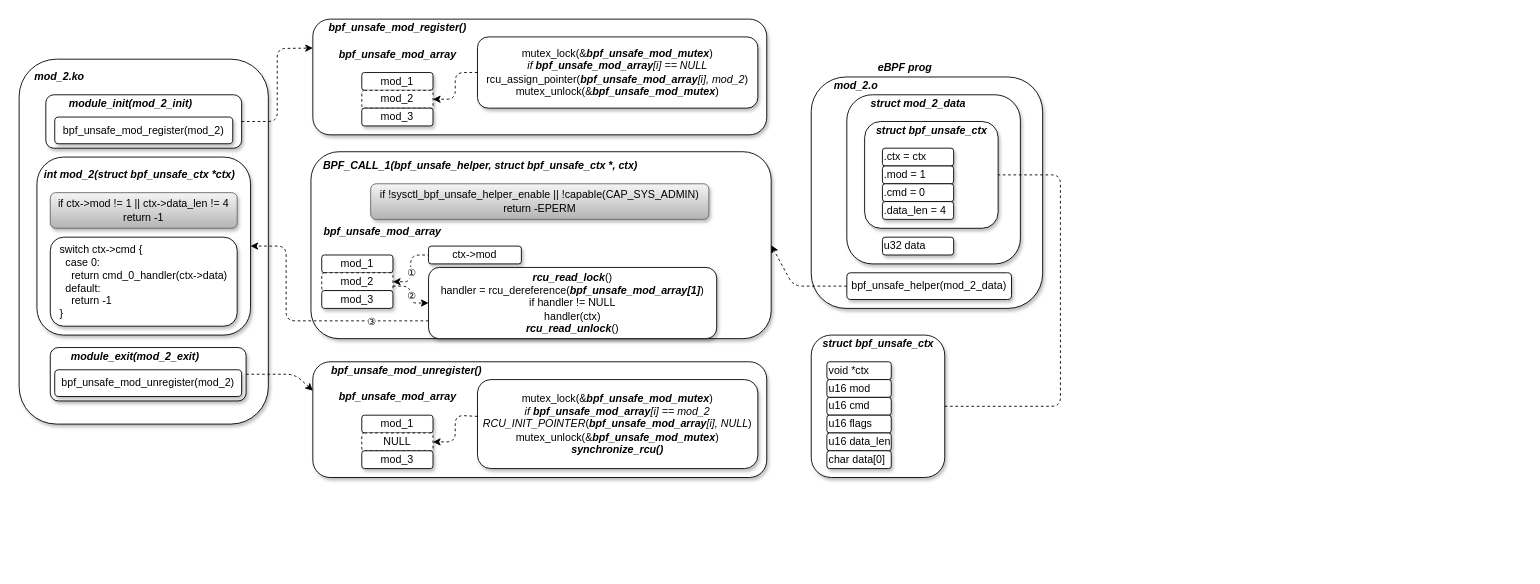
The draw.io diagram bpf_helper_sec.drawio in AirbornWdd/doc, before the edit. Source tidied: cells renumbered, new cells numbered last; positions are measured from the earlier drawing's top-left corner, leaving out a move shared by most shapes. Both pictures are drawn from the tidied source at 89%, with x=0, y=0 at pixel (19, 19).
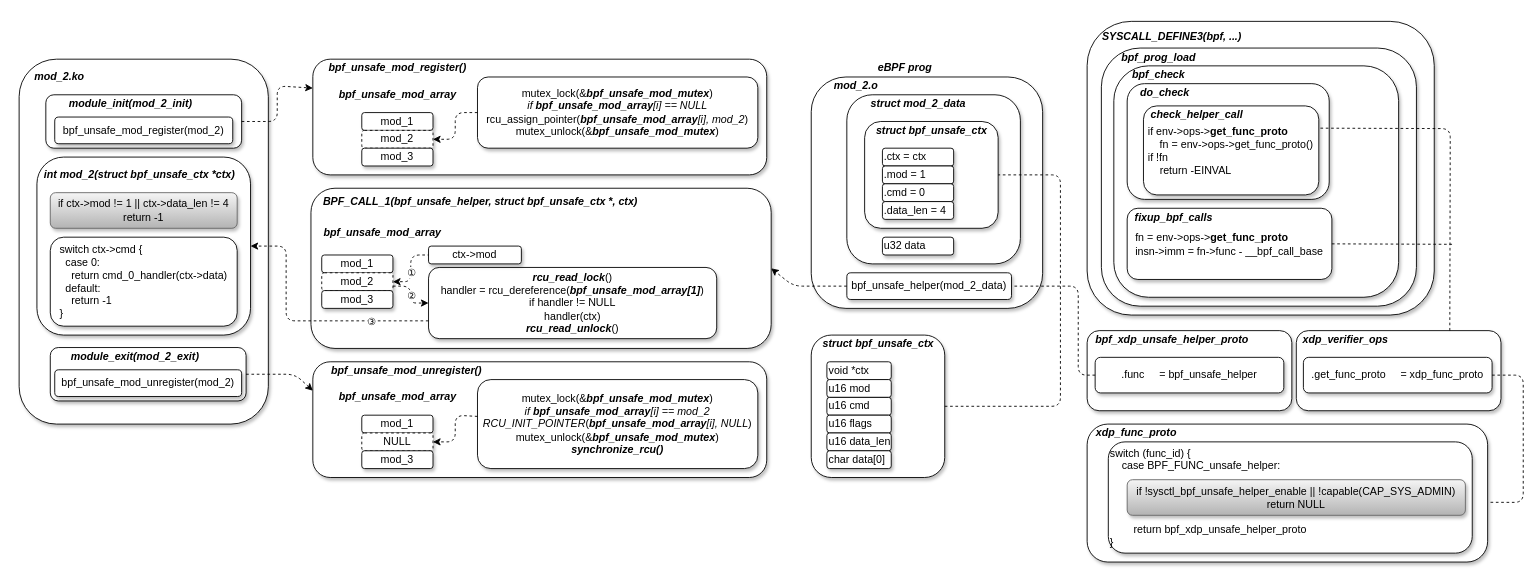
The same page after the edit.

Unchanged cells that the change refers to:
```xml
<mxCell id="33" value="&lt;span&gt;bpf_unsafe_helper(mod_2_data)&lt;/span&gt;" style="rounded=1;whiteSpace=wrap;html=1;shadow=1;" parent="1" vertex="1">
  <mxGeometry x="930" y="285" width="185" height="30" as="geometry" />
</mxCell>
<mxCell id="57" style="rounded=1;whiteSpace=wrap;html=1;shadow=1;" parent="1" vertex="1">
  <mxGeometry x="30" y="85" width="220" height="60" as="geometry" />
</mxCell>
```

Change to the diagram source:
```diff
@@
+    <mxCell id="73" style="rounded=1;whiteSpace=wrap;html=1;shadow=1;" parent="1" vertex="1">
+      <mxGeometry x="1200" y="2.5" width="390" height="330" as="geometry" />
+    </mxCell>
     <mxCell id="2" style="group;" parent="1" vertex="1">
-      <mxGeometry x="525" y="189" width="320" height="170" as="geometry" />
+      <mxGeometry x="525" y="190" width="320" height="180" as="geometry" />
     </mxCell>
     <mxCell id="3" style="rounded=1;whiteSpace=wrap;html=1;shadow=1;" parent="2" vertex="1">
-      <mxGeometry x="-197.1" y="-40" width="517.1" height="210" as="geometry" />
+      <mxGeometry x="-197.1" width="517.1" height="180" as="geometry" />
     </mxCell>
@@
+    <mxCell id="74" value="&lt;b&gt;&lt;i&gt;SYSCALL_DEFINE3(bpf, ...)&lt;/i&gt;&lt;/b&gt;" style="text;html=1;align=center;verticalAlign=middle;" parent="2" vertex="1">
+      <mxGeometry x="685" y="-180.5" width="170" height="20" as="geometry" />
+    </mxCell>
+    <mxCell id="72" value="&lt;b&gt;&lt;i&gt;BPF_CALL_1(bpf_unsafe_helper, &lt;/i&gt;&lt;/b&gt;&lt;b&gt;&lt;i&gt;struct bpf_unsafe_ctx *&lt;/i&gt;&lt;/b&gt;&lt;b&gt;&lt;i&gt;, ctx)&lt;/i&gt;&lt;/b&gt;" style="text;html=1;align=center;verticalAlign=middle;" parent="2" vertex="1">
+      <mxGeometry x="-192.1" y="5" width="370" height="20" as="geometry" />
+    </mxCell>
@@
     <mxCell id="12" style="rounded=1;whiteSpace=wrap;html=1;shadow=1;" parent="1" vertex="1">
-      <mxGeometry x="330" width="510" height="130" as="geometry" />
+      <mxGeometry x="330" y="45" width="510" height="130" as="geometry" />
     </mxCell>
     <mxCell id="13" value="&lt;b&gt;&lt;i&gt;bpf_unsafe_mod_register()&lt;/i&gt;&lt;/b&gt;" style="text;html=1;align=center;verticalAlign=middle;" parent="1" vertex="1">
-      <mxGeometry x="340" width="170" height="20" as="geometry" />
+      <mxGeometry x="340" y="45" width="170" height="20" as="geometry" />
     </mxCell>
     <mxCell id="14" value="mutex_lock(&amp;amp;&lt;b&gt;&lt;i&gt;bpf_unsafe_mod_mutex&lt;/i&gt;&lt;/b&gt;)&lt;br&gt;&lt;i&gt;if &lt;b&gt;bpf_unsafe_mod_array&lt;/b&gt;[i] == NULL&lt;br&gt;&lt;/i&gt;rcu_assign_pointer(&lt;i&gt;&lt;b&gt;bpf_unsafe_mod_array&lt;/b&gt;[i], mod_2&lt;/i&gt;)&lt;br&gt;mutex_unlock(&amp;amp;&lt;b&gt;&lt;i&gt;bpf_unsafe_mod_mutex&lt;/i&gt;&lt;/b&gt;)" style="rounded=1;whiteSpace=wrap;html=1;shadow=1;" parent="1" vertex="1">
-      <mxGeometry x="515" y="20" width="315" height="80" as="geometry" />
+      <mxGeometry x="515" y="65" width="315" height="80" as="geometry" />
     </mxCell>
     <mxCell id="15" value="&lt;b&gt;&lt;i&gt;bpf_unsafe_mod_array&lt;/i&gt;&lt;/b&gt;" style="text;html=1;align=center;verticalAlign=middle;" parent="1" vertex="1">
-      <mxGeometry x="350" y="30" width="150" height="20" as="geometry" />
+      <mxGeometry x="350" y="75" width="150" height="20" as="geometry" />
     </mxCell>
     <mxCell id="16" value="mod_1" style="rounded=1;whiteSpace=wrap;html=1;shadow=1;" parent="1" vertex="1">
-      <mxGeometry x="385" y="60" width="80" height="20" as="geometry" />
+      <mxGeometry x="385" y="105" width="80" height="20" as="geometry" />
     </mxCell>
     <mxCell id="17" value="mod_2" style="rounded=1;whiteSpace=wrap;html=1;shadow=1;dashed=1;" parent="1" vertex="1">
-      <mxGeometry x="385" y="80" width="80" height="20" as="geometry" />
+      <mxGeometry x="385" y="125" width="80" height="20" as="geometry" />
     </mxCell>
     <mxCell id="18" value="mod_3" style="rounded=1;whiteSpace=wrap;html=1;shadow=1;" parent="1" vertex="1">
-      <mxGeometry x="385" y="100" width="80" height="20" as="geometry" />
+      <mxGeometry x="385" y="145" width="80" height="20" as="geometry" />
     </mxCell>
     <mxCell id="19" style="endArrow=classic;html=1;exitX=0;exitY=0.5;exitDx=0;exitDy=0;entryX=1;entryY=0.5;entryDx=0;entryDy=0;dashed=1;" parent="1" edge="1" source="14" target="17">
       <mxGeometry relative="1" as="geometry">
         <Array as="points">
-          <mxPoint x="490" y="60" />
-          <mxPoint x="490" y="90" />
+          <mxPoint x="490" y="105" />
+          <mxPoint x="490" y="135" />
         </Array>
       </mxGeometry>
     </mxCell>
@@
     <mxCell id="64" style="endArrow=classic;html=1;entryX=0;entryY=0.25;entryDx=0;entryDy=0;exitX=1;exitY=0.5;exitDx=0;exitDy=0;dashed=1;" parent="1" edge="1" source="57" target="12">
       <mxGeometry relative="1" as="geometry">
         <Array as="points">
           <mxPoint x="290" y="115" />
-          <mxPoint x="290" y="33" />
+          <mxPoint x="290" y="75" />
         </Array>
       </mxGeometry>
     </mxCell>
@@
+    <mxCell id="75" style="rounded=1;whiteSpace=wrap;html=1;shadow=1;" parent="1" vertex="1">
+      <mxGeometry x="1216" y="32.5" width="354" height="290" as="geometry" />
+    </mxCell>
+    <mxCell id="76" value="&lt;span&gt;&lt;b&gt;&lt;i&gt;bpf_prog_load&lt;/i&gt;&lt;/b&gt;&lt;/span&gt;" style="text;html=1;align=center;verticalAlign=middle;" parent="1" vertex="1">
+      <mxGeometry x="1230" y="32.5" width="100" height="20" as="geometry" />
+    </mxCell>
+    <mxCell id="77" style="rounded=1;whiteSpace=wrap;html=1;shadow=1;" parent="1" vertex="1">
+      <mxGeometry x="1230" y="52.5" width="320" height="260" as="geometry" />
+    </mxCell>
+    <mxCell id="78" value="&lt;b&gt;&lt;i&gt;bpf_check&lt;/i&gt;&lt;/b&gt;" style="text;html=1;align=center;verticalAlign=middle;" parent="1" vertex="1">
+      <mxGeometry x="1245" y="52.5" width="70" height="20" as="geometry" />
+    </mxCell>
+    <mxCell id="79" value="&lt;div style=&quot;text-align: left&quot;&gt;fn =&amp;nbsp;env-&amp;gt;ops-&amp;gt;&lt;b&gt;get_func_proto&lt;/b&gt;&lt;/div&gt;&lt;div style=&quot;text-align: left&quot;&gt;insn-&amp;gt;imm = fn-&amp;gt;func - __bpf_call_base&lt;br&gt;&lt;/div&gt;" style="rounded=1;whiteSpace=wrap;html=1;shadow=1;" parent="1" vertex="1">
+      <mxGeometry x="1245" y="212.5" width="230" height="80" as="geometry" />
+    </mxCell>
+    <mxCell id="80" value="&lt;b&gt;&lt;i&gt;fixup_bpf_calls&lt;/i&gt;&lt;/b&gt;" style="text;html=1;align=center;verticalAlign=middle;" parent="1" vertex="1">
+      <mxGeometry x="1247" y="212.5" width="100" height="20" as="geometry" />
+    </mxCell>
+    <mxCell id="81" style="rounded=1;whiteSpace=wrap;html=1;shadow=1;" parent="1" vertex="1">
+      <mxGeometry x="1435" y="350" width="230" height="90" as="geometry" />
+    </mxCell>
+    <mxCell id="82" value="&lt;b&gt;&lt;i&gt;xdp_verifier_ops&lt;/i&gt;&lt;/b&gt;" style="text;html=1;align=center;verticalAlign=middle;" parent="1" vertex="1">
+      <mxGeometry x="1435" y="350" width="110" height="20" as="geometry" />
+    </mxCell>
+    <mxCell id="83" value=".get_func_proto&amp;nbsp; &amp;nbsp; &amp;nbsp;= xdp_func_proto" style="rounded=1;whiteSpace=wrap;html=1;shadow=1;" parent="1" vertex="1">
+      <mxGeometry x="1443" y="380" width="212" height="40" as="geometry" />
+    </mxCell>
+    <mxCell id="84" style="rounded=1;whiteSpace=wrap;html=1;shadow=1;" parent="1" vertex="1">
+      <mxGeometry x="1200" y="350" width="230" height="90" as="geometry" />
+    </mxCell>
+    <mxCell id="85" value="&lt;span style=&quot;text-align: left&quot;&gt;&lt;b&gt;&lt;i&gt;bpf_xdp_unsafe_helper_proto&lt;/i&gt;&lt;/b&gt;&lt;/span&gt;" style="text;html=1;align=center;verticalAlign=middle;" parent="1" vertex="1">
+      <mxGeometry x="1200" y="350" width="190" height="20" as="geometry" />
+    </mxCell>
+    <mxCell id="86" style="group;" parent="1" vertex="1">
+      <mxGeometry x="1245" y="72.5" width="227" height="130" as="geometry" />
+    </mxCell>
+    <mxCell id="87" value="&lt;div style=&quot;text-align: left&quot;&gt;&lt;br&gt;&lt;/div&gt;" style="rounded=1;whiteSpace=wrap;html=1;shadow=1;" parent="86" vertex="1">
+      <mxGeometry width="227" height="130" as="geometry" />
+    </mxCell>
+    <mxCell id="88" style="group;" parent="86" vertex="1">
+      <mxGeometry x="7" width="208.3" height="125" as="geometry" />
+    </mxCell>
+    <mxCell id="89" value="&lt;b&gt;&lt;i&gt;do_check&lt;/i&gt;&lt;/b&gt;" style="text;html=1;align=center;verticalAlign=middle;" parent="88" vertex="1">
+      <mxGeometry width="70" height="20" as="geometry" />
+    </mxCell>
+    <mxCell id="90" value="&lt;div style=&quot;text-align: left&quot;&gt;if env-&amp;gt;ops-&amp;gt;&lt;b&gt;get_func_proto&lt;/b&gt;&lt;/div&gt;&lt;div style=&quot;text-align: left&quot;&gt;&lt;span&gt;&amp;nbsp; &amp;nbsp; fn = env-&amp;gt;ops-&amp;gt;get_func_proto()&lt;/span&gt;&lt;/div&gt;&lt;div style=&quot;text-align: left&quot;&gt;&lt;span&gt;if !fn&lt;/span&gt;&lt;br&gt;&lt;/div&gt;&lt;div style=&quot;text-align: left&quot;&gt;&lt;span&gt;&amp;nbsp; &amp;nbsp;&amp;nbsp;&lt;/span&gt;&lt;span&gt;return -EINVAL&lt;/span&gt;&lt;/div&gt;" style="rounded=1;whiteSpace=wrap;html=1;shadow=1;" parent="88" vertex="1">
+      <mxGeometry x="11.3" y="25" width="197" height="100" as="geometry" />
+    </mxCell>
+    <mxCell id="91" value="&lt;b&gt;&lt;i&gt;check_helper_call&lt;/i&gt;&lt;/b&gt;" style="text;html=1;align=center;verticalAlign=middle;" parent="88" vertex="1">
+      <mxGeometry x="11.3" y="25" width="120" height="20" as="geometry" />
+    </mxCell>
+    <mxCell id="92" value=".func&amp;nbsp; &amp;nbsp; &amp;nbsp;= bpf_unsafe_helper" style="rounded=1;whiteSpace=wrap;html=1;shadow=1;" parent="1" vertex="1">
+      <mxGeometry x="1209" y="380" width="212" height="40" as="geometry" />
+    </mxCell>
+    <mxCell id="93" style="group;" parent="1" vertex="1">
+      <mxGeometry x="1200" y="455" width="450" height="155" as="geometry" />
+    </mxCell>
+    <mxCell id="94" style="group;" parent="93" vertex="1">
+      <mxGeometry width="450" height="155" as="geometry" />
+    </mxCell>
+    <mxCell id="95" style="rounded=1;whiteSpace=wrap;html=1;shadow=1;" parent="94" vertex="1">
+      <mxGeometry width="450" height="155" as="geometry" />
+    </mxCell>
+    <mxCell id="96" value="&lt;b&gt;&lt;i&gt;xdp_func_proto&lt;/i&gt;&lt;/b&gt;" style="text;html=1;align=center;verticalAlign=middle;" parent="94" vertex="1">
+      <mxGeometry width="110" height="20" as="geometry" />
+    </mxCell>
+    <mxCell id="97" value="&lt;div&gt;switch (func_id) {&lt;br&gt;&lt;/div&gt;&lt;div&gt;&amp;nbsp; &amp;nbsp;&amp;nbsp;case BPF_FUNC_unsafe_helper:&lt;/div&gt;&lt;div&gt;&lt;br&gt;&lt;/div&gt;&lt;div&gt;&lt;br&gt;&lt;/div&gt;&lt;div&gt;&lt;br&gt;&lt;/div&gt;&lt;div&gt;&lt;br&gt;&lt;/div&gt;&lt;div&gt;&lt;span&gt;&amp;nbsp; &amp;nbsp; &amp;nbsp; &amp;nbsp; return&amp;nbsp;bpf_xdp_unsafe_helper_proto&lt;/span&gt;&lt;br&gt;&lt;/div&gt;&lt;div&gt;}&lt;/div&gt;" style="rounded=1;whiteSpace=wrap;html=1;shadow=1;align=left;" parent="94" vertex="1">
+      <mxGeometry x="23.8" y="20" width="408.9" height="125" as="geometry" />
+    </mxCell>
-    <mxCell id="71" value="if !sysctl_bpf_unsafe_helper_enable || !capable(CAP_SYS_ADMIN)&lt;br&gt;return -EPERM" style="rounded=1;whiteSpace=wrap;html=1;shadow=1;fillColor=#f5f5f5;strokeColor=#666666;gradientColor=#b3b3b3;" parent="1" vertex="1">
-      <mxGeometry x="395" y="185" width="380" height="40" as="geometry" />
+    <mxCell id="71" value="if !sysctl_bpf_unsafe_helper_enable || !capable(CAP_SYS_ADMIN)&lt;br&gt;return NULL" style="rounded=1;whiteSpace=wrap;html=1;shadow=1;fillColor=#f5f5f5;strokeColor=#666666;gradientColor=#b3b3b3;" parent="93" vertex="1">
+      <mxGeometry x="45" y="62.5" width="380" height="40" as="geometry" />
     </mxCell>
-    <mxCell id="72" value="&lt;b&gt;&lt;i&gt;BPF_CALL_1(bpf_unsafe_helper, &lt;/i&gt;&lt;/b&gt;&lt;b&gt;&lt;i&gt;struct bpf_unsafe_ctx *&lt;/i&gt;&lt;/b&gt;&lt;b&gt;&lt;i&gt;, ctx)&lt;/i&gt;&lt;/b&gt;" style="text;html=1;align=center;verticalAlign=middle;" parent="1" vertex="1">
-      <mxGeometry x="332.9" y="155" width="370" height="20" as="geometry" />
-    </mxCell>
+    <mxCell id="98" style="endArrow=none;dashed=1;html=1;exitX=0;exitY=0.5;exitDx=0;exitDy=0;entryX=1;entryY=0.5;entryDx=0;entryDy=0;" parent="1" edge="1" source="92" target="33">
+      <mxGeometry relative="1" as="geometry">
+        <Array as="points">
+          <mxPoint x="1190" y="400" />
+          <mxPoint x="1190" y="300" />
+        </Array>
+      </mxGeometry>
+    </mxCell>
+    <mxCell id="99" style="endArrow=none;dashed=1;html=1;entryX=1;entryY=0.25;entryDx=0;entryDy=0;exitX=0.75;exitY=0;exitDx=0;exitDy=0;" parent="1" edge="1" source="81" target="90">
+      <mxGeometry relative="1" as="geometry">
+        <Array as="points">
+          <mxPoint x="1608" y="123" />
+        </Array>
+      </mxGeometry>
+    </mxCell>
+    <mxCell id="100" style="endArrow=none;dashed=1;html=1;entryX=1;entryY=0.5;entryDx=0;entryDy=0;" parent="1" edge="1" target="79">
+      <mxGeometry relative="1" as="geometry">
+        <mxPoint x="1610" y="253" as="sourcePoint" />
+      </mxGeometry>
+    </mxCell>
+    <mxCell id="101" style="endArrow=none;dashed=1;html=1;exitX=1;exitY=0.5;exitDx=0;exitDy=0;entryX=1.006;entryY=0.567;entryDx=0;entryDy=0;entryPerimeter=0;" parent="1" edge="1" source="83" target="95">
+      <mxGeometry relative="1" as="geometry">
+        <Array as="points">
+          <mxPoint x="1690" y="400" />
+          <mxPoint x="1690" y="543" />
+        </Array>
+      </mxGeometry>
+    </mxCell>
```
